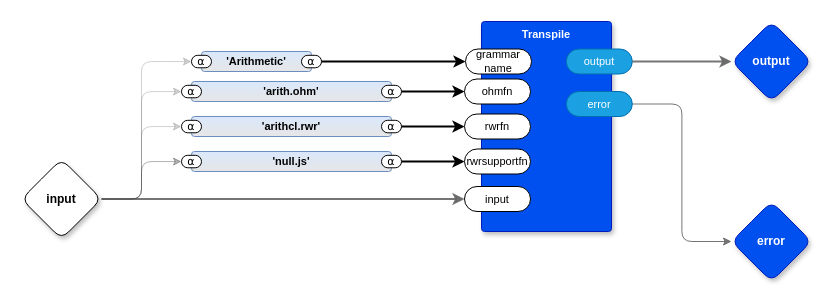
Before: page "To Common Lisp" (2 of 5) of arith0d.drawio in guitarvydas/arith0d, a draw.io diagram. Source tidied: cells renumbered, new cells numbered last; positions are measured from the earlier drawing's top-left corner, leaving out a move shared by most shapes. Both pictures are drawn from the tidied source at 100%, with x=0, y=0 at pixel (21, 21).
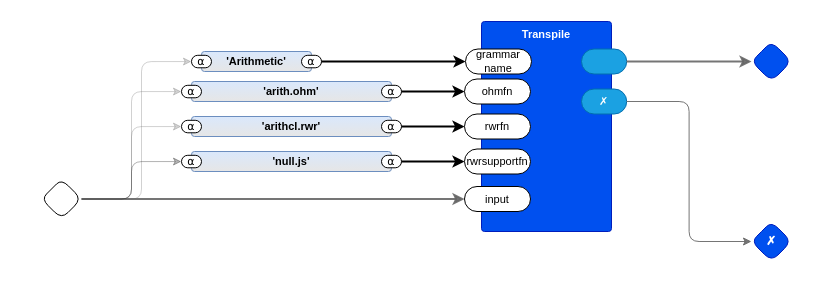
Above is the later version.

The edit, as a diff of the source:
```diff
@@
-    <mxCell id="7" value="input" style="rhombus;whiteSpace=wrap;html=1;rounded=1;fontStyle=1;glass=0;sketch=0;fontSize=12;points=[[0,0.5,0,0,0],[0.5,0,0,0,0],[0.5,1,0,0,0],[1,0.5,0,0,0]];shadow=1;fontFamily=Helvetica;fontColor=default;" parent="1" vertex="1">
-      <mxGeometry y="137.5" width="80" height="80" as="geometry" />
+    <mxCell id="7" style="rhombus;whiteSpace=wrap;html=1;rounded=1;fontStyle=1;glass=0;sketch=0;fontSize=12;points=[[0,0.5,0,0,0],[0.5,0,0,0,0],[0.5,1,0,0,0],[1,0.5,0,0,0]];shadow=0;fontFamily=Helvetica;fontColor=default;" parent="1" vertex="1">
+      <mxGeometry x="20" y="157.5" width="40" height="40" as="geometry" />
     </mxCell>
-    <mxCell id="8" value="output" style="rhombus;whiteSpace=wrap;html=1;rounded=1;fillColor=#0050ef;fontColor=#ffffff;strokeColor=#001DBC;fontStyle=1;glass=0;sketch=0;fontSize=12;points=[[0,0.5,0,0,0],[0.5,0,0,0,0],[0.5,1,0,0,0],[1,0.5,0,0,0]];shadow=1;fontFamily=Helvetica;" parent="1" vertex="1">
-      <mxGeometry x="710" width="80" height="80" as="geometry" />
+    <mxCell id="8" style="rhombus;whiteSpace=wrap;html=1;rounded=1;fillColor=#0050ef;fontColor=#ffffff;strokeColor=#001DBC;fontStyle=1;glass=0;sketch=0;fontSize=12;points=[[0,0.5,0,0,0],[0.5,0,0,0,0],[0.5,1,0,0,0],[1,0.5,0,0,0]];shadow=0;fontFamily=Helvetica;" parent="1" vertex="1">
+      <mxGeometry x="730" y="20" width="40" height="40" as="geometry" />
     </mxCell>
-    <mxCell id="9" value="Transpile" style="rounded=1;whiteSpace=wrap;html=1;sketch=0;verticalAlign=top;arcSize=6;fontStyle=1;absoluteArcSize=1;shadow=1;strokeColor=#001DBC;fillColor=#0050ef;fontColor=#ffffff;fontFamily=Helvetica;fontSize=11;" parent="1" vertex="1">
+    <mxCell id="9" value="Transpile" style="rounded=1;whiteSpace=wrap;html=1;sketch=0;verticalAlign=top;arcSize=6;fontStyle=1;absoluteArcSize=1;shadow=0;strokeColor=#001DBC;fillColor=#0050ef;fontColor=#ffffff;fontFamily=Helvetica;fontSize=11;" parent="1" vertex="1">
       <mxGeometry x="460" width="130" height="210" as="geometry" />
     </mxCell>
@@
-    <mxCell id="11" value="output" style="rounded=1;whiteSpace=wrap;html=1;sketch=0;points=[[0,0.5,0,0,0],[1,0.5,0,0,0]];fillColor=#1ba1e2;fontColor=#ffffff;strokeColor=#006EAF;arcSize=50;fontFamily=Helvetica;fontSize=11;" parent="9" vertex="1">
-      <mxGeometry x="84.8" y="27.5" width="66" height="25" as="geometry" />
+    <mxCell id="11" style="rounded=1;whiteSpace=wrap;html=1;sketch=0;points=[[0,0.5,0,0,0],[1,0.5,0,0,0]];fillColor=#1ba1e2;fontColor=#ffffff;strokeColor=#006EAF;arcSize=50;fontFamily=Helvetica;fontSize=11;" parent="9" vertex="1">
+      <mxGeometry x="100" y="27.5" width="45.2" height="25" as="geometry" />
     </mxCell>
-    <mxCell id="12" value="error" style="rounded=1;whiteSpace=wrap;html=1;sketch=0;points=[[0,0.5,0,0,0],[1,0.5,0,0,0]];fillColor=#1ba1e2;fontColor=#ffffff;strokeColor=#006EAF;arcSize=50;fontFamily=Helvetica;fontSize=11;" parent="9" vertex="1">
-      <mxGeometry x="84.8" y="70" width="66" height="25" as="geometry" />
+    <mxCell id="12" value="✗" style="rounded=1;whiteSpace=wrap;html=1;sketch=0;points=[[0,0.5,0,0,0],[1,0.5,0,0,0]];fillColor=#1ba1e2;fontColor=#ffffff;strokeColor=#006EAF;arcSize=50;fontFamily=Helvetica;fontSize=11;" parent="9" vertex="1">
+      <mxGeometry x="100" y="67.5" width="45.2" height="25" as="geometry" />
     </mxCell>
@@
-    <mxCell id="18" value="error" style="rhombus;whiteSpace=wrap;html=1;rounded=1;fillColor=#0050ef;fontColor=#ffffff;strokeColor=#001DBC;fontStyle=1;glass=0;sketch=0;fontSize=12;points=[[0,0.5,0,0,0],[0.5,0,0,0,0],[0.5,1,0,0,0],[1,0.5,0,0,0]];shadow=1;fontFamily=Helvetica;" parent="1" vertex="1">
-      <mxGeometry x="710" y="180" width="80" height="80" as="geometry" />
+    <mxCell id="18" value="✗" style="rhombus;whiteSpace=wrap;html=1;rounded=1;fillColor=#0050ef;fontColor=#ffffff;strokeColor=#001DBC;fontStyle=1;glass=0;sketch=0;fontSize=12;points=[[0,0.5,0,0,0],[0.5,0,0,0,0],[0.5,1,0,0,0],[1,0.5,0,0,0]];shadow=0;fontFamily=Helvetica;" parent="1" vertex="1">
+      <mxGeometry x="730" y="200" width="40" height="40" as="geometry" />
     </mxCell>
```
